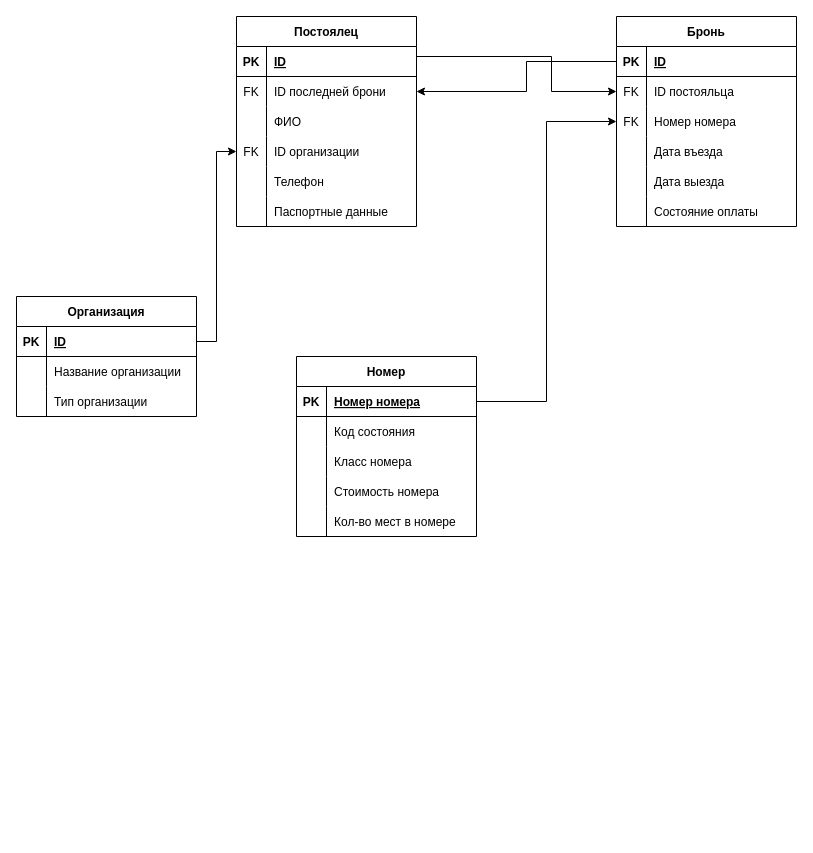
Haxersociety/DataBase_Hostel keeps this draw.io diagram as page "ER модель RU" (1 of 3) of Kostylev_Hostel.drawio. Above is the earlier version. Source tidied: cells renumbered, new cells numbered last; positions are measured from the earlier drawing's top-left corner, leaving out a move shared by most shapes. Both pictures are drawn from the tidied source at 100%, with x=0, y=0 at pixel (16, 16).
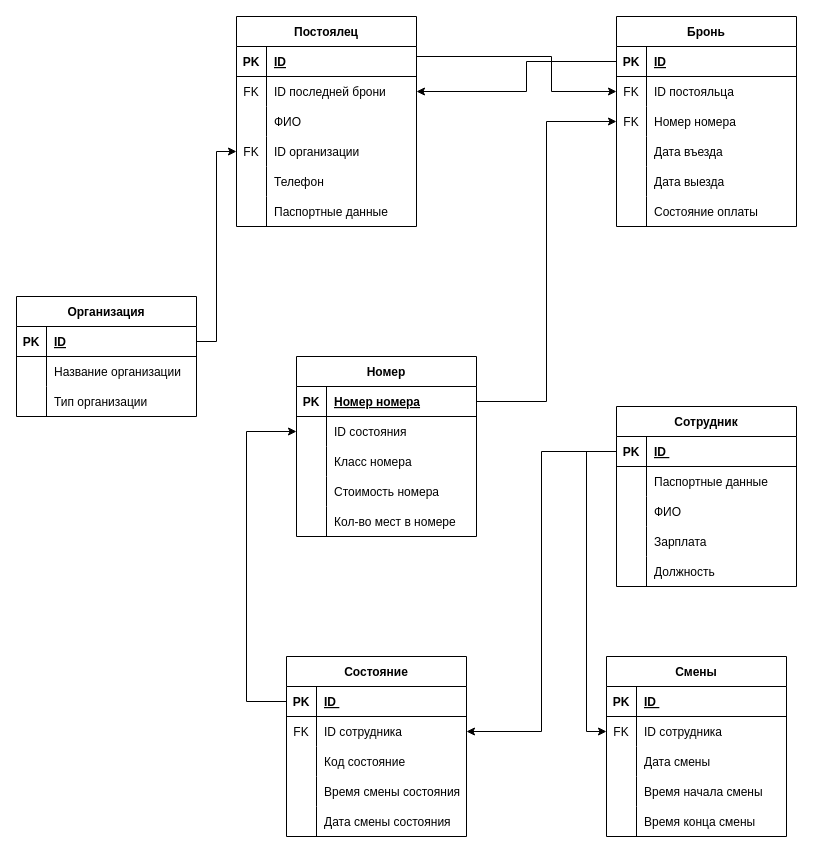
The same page after the edit.

The change refers to these unchanged cells:
```xml
<mxCell id="29" style="shape=tableRow;horizontal=0;startSize=0;swimlaneHead=0;swimlaneBody=0;fillColor=none;points=[[0,0.5],[1,0.5]];portConstraint=eastwest;top=0;left=0;right=0;bottom=0;" parent="25" vertex="1">
  <mxGeometry y="60" width="180" height="30" as="geometry" />
</mxCell>
```

What changed in the source:
```diff
@@
-    <mxCell id="21" style="shape=tableRow;horizontal=0;startSize=0;swimlaneHead=0;swimlaneBody=0;fillColor=none;top=0;left=0;right=0;bottom=0;" parent="1" vertex="1">
-      <mxGeometry x="470" y="430" width="180" height="30" as="geometry" />
-    </mxCell>
-    <mxCell id="22" style="shape=partialRectangle;fillColor=none;top=0;left=0;bottom=0;right=0;overflow=hidden;" parent="21" vertex="1">
-      <mxGeometry width="30" height="30" as="geometry" />
-    </mxCell>
-    <mxCell id="23" style="shape=tableRow;horizontal=0;startSize=0;swimlaneHead=0;swimlaneBody=0;fillColor=none;top=0;left=0;right=0;bottom=0;" parent="1" vertex="1">
-      <mxGeometry x="470" y="430" width="180" height="30" as="geometry" />
-    </mxCell>
-    <mxCell id="24" style="shape=partialRectangle;fillColor=none;top=0;left=0;bottom=0;right=0;overflow=hidden;" parent="23" vertex="1">
-      <mxGeometry width="30" height="30" as="geometry" />
-    </mxCell>
@@
-    <mxCell id="31" value="Код состояния" style="shape=partialRectangle;fillColor=none;top=0;left=0;bottom=0;right=0;align=left;spacingLeft=6;overflow=hidden;" parent="29" vertex="1">
+    <mxCell id="31" value="ID состояния" style="shape=partialRectangle;fillColor=none;top=0;left=0;bottom=0;right=0;align=left;spacingLeft=6;overflow=hidden;" parent="29" vertex="1">
       <mxGeometry x="30" width="150" height="30" as="geometry" />
     </mxCell>
@@
+    <mxCell id="74" value="Сотрудник" style="shape=table;startSize=30;childLayout=tableLayout;rowLines=0;fontStyle=1;align=center;" parent="1" vertex="1">
+      <mxGeometry x="600" y="390" width="180" height="180" as="geometry" />
+    </mxCell>
+    <mxCell id="75" style="shape=tableRow;horizontal=0;startSize=0;swimlaneHead=0;swimlaneBody=0;fillColor=none;points=[[0,0.5],[1,0.5]];portConstraint=eastwest;top=0;left=0;right=0;bottom=1;" parent="74" vertex="1">
+      <mxGeometry y="30" width="180" height="30" as="geometry" />
+    </mxCell>
+    <mxCell id="76" value="PK" style="shape=partialRectangle;fillColor=none;top=0;left=0;bottom=0;right=0;fontStyle=1;overflow=hidden;" parent="75" vertex="1">
+      <mxGeometry width="30" height="30" as="geometry" />
+    </mxCell>
+    <mxCell id="77" value="ID " style="shape=partialRectangle;fillColor=none;top=0;left=0;bottom=0;right=0;align=left;spacingLeft=6;fontStyle=5;overflow=hidden;" parent="75" vertex="1">
+      <mxGeometry x="30" width="150" height="30" as="geometry" />
+    </mxCell>
+    <mxCell id="78" style="shape=tableRow;horizontal=0;startSize=0;swimlaneHead=0;swimlaneBody=0;fillColor=none;top=0;left=0;right=0;bottom=0;" parent="74" vertex="1">
+      <mxGeometry y="60" width="180" height="30" as="geometry" />
+    </mxCell>
+    <mxCell id="79" style="shape=partialRectangle;fillColor=none;top=0;left=0;bottom=0;right=0;overflow=hidden;" parent="78" vertex="1">
+      <mxGeometry width="30" height="30" as="geometry" />
+    </mxCell>
+    <mxCell id="80" value="Паспортные данные" style="shape=partialRectangle;fillColor=none;top=0;left=0;bottom=0;right=0;align=left;spacingLeft=6;overflow=hidden;" parent="78" vertex="1">
+      <mxGeometry x="30" width="150" height="30" as="geometry" />
+    </mxCell>
+    <mxCell id="81" style="shape=tableRow;horizontal=0;startSize=0;swimlaneHead=0;swimlaneBody=0;fillColor=none;top=0;left=0;right=0;bottom=0;" parent="74" vertex="1">
+      <mxGeometry y="90" width="180" height="30" as="geometry" />
+    </mxCell>
+    <mxCell id="82" style="shape=partialRectangle;fillColor=none;top=0;left=0;bottom=0;right=0;overflow=hidden;" parent="81" vertex="1">
+      <mxGeometry width="30" height="30" as="geometry" />
+    </mxCell>
+    <mxCell id="83" value="ФИО" style="shape=partialRectangle;fillColor=none;top=0;left=0;bottom=0;right=0;align=left;spacingLeft=6;overflow=hidden;" parent="81" vertex="1">
+      <mxGeometry x="30" width="150" height="30" as="geometry" />
+    </mxCell>
+    <mxCell id="84" style="shape=tableRow;horizontal=0;startSize=0;swimlaneHead=0;swimlaneBody=0;fillColor=none;top=0;left=0;right=0;bottom=0;" parent="74" vertex="1">
+      <mxGeometry y="120" width="180" height="30" as="geometry" />
+    </mxCell>
+    <mxCell id="85" style="shape=partialRectangle;fillColor=none;top=0;left=0;bottom=0;right=0;overflow=hidden;" parent="84" vertex="1">
+      <mxGeometry width="30" height="30" as="geometry" />
+    </mxCell>
+    <mxCell id="86" value="Зарплата" style="shape=partialRectangle;fillColor=none;top=0;left=0;bottom=0;right=0;align=left;spacingLeft=6;overflow=hidden;" parent="84" vertex="1">
+      <mxGeometry x="30" width="150" height="30" as="geometry" />
+    </mxCell>
+    <mxCell id="87" style="shape=tableRow;horizontal=0;startSize=0;swimlaneHead=0;swimlaneBody=0;fillColor=none;top=0;left=0;right=0;bottom=0;" parent="74" vertex="1">
+      <mxGeometry y="150" width="180" height="30" as="geometry" />
+    </mxCell>
+    <mxCell id="88" style="shape=partialRectangle;fillColor=none;top=0;left=0;bottom=0;right=0;overflow=hidden;" parent="87" vertex="1">
+      <mxGeometry width="30" height="30" as="geometry" />
+    </mxCell>
+    <mxCell id="89" value="Должность" style="shape=partialRectangle;fillColor=none;top=0;left=0;bottom=0;right=0;align=left;spacingLeft=6;overflow=hidden;" parent="87" vertex="1">
+      <mxGeometry x="30" width="150" height="30" as="geometry" />
+    </mxCell>
+    <mxCell id="90" value="Смены" style="shape=table;startSize=30;childLayout=tableLayout;rowLines=0;fontStyle=1;align=center;" parent="1" vertex="1">
+      <mxGeometry x="590" y="640" width="180" height="180" as="geometry" />
+    </mxCell>
+    <mxCell id="91" style="shape=tableRow;horizontal=0;startSize=0;swimlaneHead=0;swimlaneBody=0;fillColor=none;top=0;left=0;right=0;bottom=1;" parent="90" vertex="1">
+      <mxGeometry y="30" width="180" height="30" as="geometry" />
+    </mxCell>
+    <mxCell id="92" value="PK" style="shape=partialRectangle;fillColor=none;top=0;left=0;bottom=0;right=0;fontStyle=1;overflow=hidden;" parent="91" vertex="1">
+      <mxGeometry width="30" height="30" as="geometry" />
+    </mxCell>
+    <mxCell id="93" value="ID " style="shape=partialRectangle;fillColor=none;top=0;left=0;bottom=0;right=0;align=left;spacingLeft=6;fontStyle=5;overflow=hidden;" parent="91" vertex="1">
+      <mxGeometry x="30" width="150" height="30" as="geometry" />
+    </mxCell>
+    <mxCell id="94" style="shape=tableRow;horizontal=0;startSize=0;swimlaneHead=0;swimlaneBody=0;fillColor=none;points=[[0,0.5],[1,0.5]];portConstraint=eastwest;top=0;left=0;right=0;bottom=0;" parent="90" vertex="1">
+      <mxGeometry y="60" width="180" height="30" as="geometry" />
+    </mxCell>
+    <mxCell id="95" value="FK" style="shape=partialRectangle;fillColor=none;top=0;left=0;bottom=0;right=0;overflow=hidden;" parent="94" vertex="1">
+      <mxGeometry width="30" height="30" as="geometry" />
+    </mxCell>
+    <mxCell id="96" value="ID сотрудника" style="shape=partialRectangle;fillColor=none;top=0;left=0;bottom=0;right=0;align=left;spacingLeft=6;overflow=hidden;" parent="94" vertex="1">
+      <mxGeometry x="30" width="150" height="30" as="geometry" />
+    </mxCell>
+    <mxCell id="97" style="shape=tableRow;horizontal=0;startSize=0;swimlaneHead=0;swimlaneBody=0;fillColor=none;top=0;left=0;right=0;bottom=0;" parent="90" vertex="1">
+      <mxGeometry y="90" width="180" height="30" as="geometry" />
+    </mxCell>
+    <mxCell id="98" style="shape=partialRectangle;fillColor=none;top=0;left=0;bottom=0;right=0;overflow=hidden;" parent="97" vertex="1">
+      <mxGeometry width="30" height="30" as="geometry" />
+    </mxCell>
+    <mxCell id="99" value="Дата смены" style="shape=partialRectangle;fillColor=none;top=0;left=0;bottom=0;right=0;align=left;spacingLeft=6;overflow=hidden;" parent="97" vertex="1">
+      <mxGeometry x="30" width="150" height="30" as="geometry" />
+    </mxCell>
+    <mxCell id="100" style="shape=tableRow;horizontal=0;startSize=0;swimlaneHead=0;swimlaneBody=0;fillColor=none;top=0;left=0;right=0;bottom=0;" parent="90" vertex="1">
+      <mxGeometry y="120" width="180" height="30" as="geometry" />
+    </mxCell>
+    <mxCell id="101" style="shape=partialRectangle;fillColor=none;top=0;left=0;bottom=0;right=0;overflow=hidden;" parent="100" vertex="1">
+      <mxGeometry width="30" height="30" as="geometry" />
+    </mxCell>
+    <mxCell id="102" value="Время начала смены" style="shape=partialRectangle;fillColor=none;top=0;left=0;bottom=0;right=0;align=left;spacingLeft=6;overflow=hidden;" parent="100" vertex="1">
+      <mxGeometry x="30" width="150" height="30" as="geometry" />
+    </mxCell>
+    <mxCell id="103" style="shape=tableRow;horizontal=0;startSize=0;swimlaneHead=0;swimlaneBody=0;fillColor=none;top=0;left=0;right=0;bottom=0;" parent="90" vertex="1">
+      <mxGeometry y="150" width="180" height="30" as="geometry" />
+    </mxCell>
+    <mxCell id="104" style="shape=partialRectangle;fillColor=none;top=0;left=0;bottom=0;right=0;overflow=hidden;" parent="103" vertex="1">
+      <mxGeometry width="30" height="30" as="geometry" />
+    </mxCell>
+    <mxCell id="105" value="Время конца смены" style="shape=partialRectangle;fillColor=none;top=0;left=0;bottom=0;right=0;align=left;spacingLeft=6;overflow=hidden;" parent="103" vertex="1">
+      <mxGeometry x="30" width="150" height="30" as="geometry" />
+    </mxCell>
+    <mxCell id="106" style="edgeStyle=orthogonalEdgeStyle;rounded=0;jettySize=auto;html=1;entryX=0;entryY=0.5;entryDx=0;entryDy=0;" parent="1" edge="1" source="75" target="94">
+      <mxGeometry relative="1" as="geometry" />
+    </mxCell>
+    <mxCell id="107" value="Состояние" style="shape=table;startSize=30;childLayout=tableLayout;rowLines=0;fontStyle=1;align=center;" parent="1" vertex="1">
+      <mxGeometry x="270" y="640" width="180" height="180" as="geometry" />
+    </mxCell>
+    <mxCell id="108" style="shape=tableRow;horizontal=0;startSize=0;swimlaneHead=0;swimlaneBody=0;fillColor=none;points=[[0,0.5],[1,0.5]];portConstraint=eastwest;top=0;left=0;right=0;bottom=1;" parent="107" vertex="1">
+      <mxGeometry y="30" width="180" height="30" as="geometry" />
+    </mxCell>
+    <mxCell id="109" value="PK" style="shape=partialRectangle;fillColor=none;top=0;left=0;bottom=0;right=0;fontStyle=1;overflow=hidden;" parent="108" vertex="1">
+      <mxGeometry width="30" height="30" as="geometry" />
+    </mxCell>
+    <mxCell id="110" value="ID " style="shape=partialRectangle;fillColor=none;top=0;left=0;bottom=0;right=0;align=left;spacingLeft=6;fontStyle=5;overflow=hidden;" parent="108" vertex="1">
+      <mxGeometry x="30" width="150" height="30" as="geometry" />
+    </mxCell>
+    <mxCell id="111" style="shape=tableRow;horizontal=0;startSize=0;swimlaneHead=0;swimlaneBody=0;fillColor=none;points=[[0,0.5],[1,0.5]];portConstraint=eastwest;top=0;left=0;right=0;bottom=0;" parent="107" vertex="1">
+      <mxGeometry y="60" width="180" height="30" as="geometry" />
+    </mxCell>
+    <mxCell id="112" value="FK" style="shape=partialRectangle;fillColor=none;top=0;left=0;bottom=0;right=0;overflow=hidden;" parent="111" vertex="1">
+      <mxGeometry width="30" height="30" as="geometry" />
+    </mxCell>
+    <mxCell id="113" value="ID сотрудника" style="shape=partialRectangle;fillColor=none;top=0;left=0;bottom=0;right=0;align=left;spacingLeft=6;overflow=hidden;" parent="111" vertex="1">
+      <mxGeometry x="30" width="150" height="30" as="geometry" />
+    </mxCell>
+    <mxCell id="114" style="shape=tableRow;horizontal=0;startSize=0;swimlaneHead=0;swimlaneBody=0;fillColor=none;top=0;left=0;right=0;bottom=0;" parent="107" vertex="1">
+      <mxGeometry y="90" width="180" height="30" as="geometry" />
+    </mxCell>
+    <mxCell id="115" style="shape=partialRectangle;fillColor=none;top=0;left=0;bottom=0;right=0;overflow=hidden;" parent="114" vertex="1">
+      <mxGeometry width="30" height="30" as="geometry" />
+    </mxCell>
+    <mxCell id="116" value="Код состояние" style="shape=partialRectangle;fillColor=none;top=0;left=0;bottom=0;right=0;align=left;spacingLeft=6;overflow=hidden;" parent="114" vertex="1">
+      <mxGeometry x="30" width="150" height="30" as="geometry" />
+    </mxCell>
+    <mxCell id="117" style="shape=tableRow;horizontal=0;startSize=0;swimlaneHead=0;swimlaneBody=0;fillColor=none;top=0;left=0;right=0;bottom=0;" parent="107" vertex="1">
+      <mxGeometry y="120" width="180" height="30" as="geometry" />
+    </mxCell>
+    <mxCell id="118" style="shape=partialRectangle;fillColor=none;top=0;left=0;bottom=0;right=0;overflow=hidden;" parent="117" vertex="1">
+      <mxGeometry width="30" height="30" as="geometry" />
+    </mxCell>
+    <mxCell id="119" value="Время смены состояния" style="shape=partialRectangle;fillColor=none;top=0;left=0;bottom=0;right=0;align=left;spacingLeft=6;overflow=hidden;" parent="117" vertex="1">
+      <mxGeometry x="30" width="150" height="30" as="geometry" />
+    </mxCell>
+    <mxCell id="120" style="shape=tableRow;horizontal=0;startSize=0;swimlaneHead=0;swimlaneBody=0;fillColor=none;top=0;left=0;right=0;bottom=0;" parent="107" vertex="1">
+      <mxGeometry y="150" width="180" height="30" as="geometry" />
+    </mxCell>
+    <mxCell id="121" style="shape=partialRectangle;fillColor=none;top=0;left=0;bottom=0;right=0;overflow=hidden;" parent="120" vertex="1">
+      <mxGeometry width="30" height="30" as="geometry" />
+    </mxCell>
+    <mxCell id="122" value="Дата смены состояния" style="shape=partialRectangle;fillColor=none;top=0;left=0;bottom=0;right=0;align=left;spacingLeft=6;overflow=hidden;" parent="120" vertex="1">
+      <mxGeometry x="30" width="150" height="30" as="geometry" />
+    </mxCell>
+    <mxCell id="123" style="edgeStyle=orthogonalEdgeStyle;rounded=0;jettySize=auto;html=1;entryX=1;entryY=0.5;entryDx=0;entryDy=0;startArrow=none;startFill=0;endArrow=classic;endFill=1;" parent="1" edge="1" source="75" target="111">
+      <mxGeometry relative="1" as="geometry" />
+    </mxCell>
+    <mxCell id="124" style="edgeStyle=orthogonalEdgeStyle;rounded=0;jettySize=auto;html=1;entryX=0;entryY=0.5;entryDx=0;entryDy=0;startArrow=none;startFill=0;endArrow=classic;endFill=1;exitX=0;exitY=0.5;exitDx=0;exitDy=0;" parent="1" edge="1" source="108" target="29">
+      <mxGeometry relative="1" as="geometry">
+        <Array as="points">
+          <mxPoint x="230" y="685" />
+          <mxPoint x="230" y="415" />
+        </Array>
+      </mxGeometry>
+    </mxCell>
```
